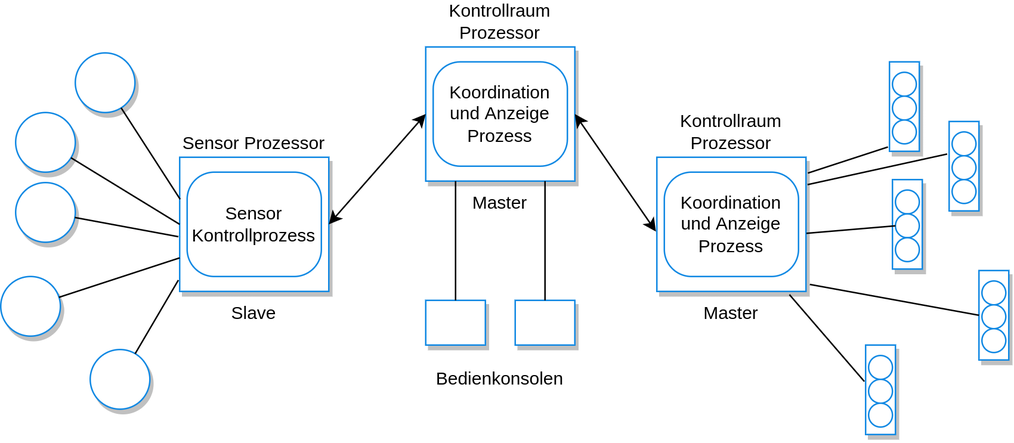
leonbrandt/SGSE22 keeps this draw.io diagram as chapter17/media/Ampel.drawio.PNG. Above is the earlier version. Source tidied: cells renumbered, new cells last; positions are measured from the earlier drawing's top-left corner, leaving out a move shared by most shapes.
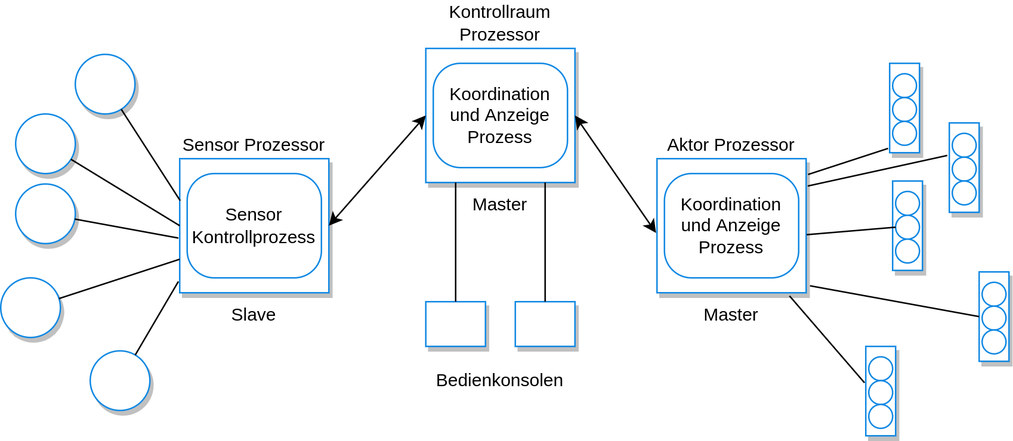
Above is the later version.

Change to the diagram source:
```diff
@@ -41,7 +41,7 @@
     <mxCell id="14" style="whiteSpace=wrap;html=1;imageAspect=0;fillColor=#FFFFFF;strokeColor=#1088E3;strokeWidth=1;shadow=1;" parent="1" vertex="1">
       <mxGeometry x="345" y="170" width="40" height="30" as="geometry" />
     </mxCell>
-    <mxCell id="15" value="Kontrollraum Prozessor" style="whiteSpace=wrap;html=1;imageAspect=0;fillColor=#FFFFFF;strokeColor=#1088E3;strokeWidth=1;shadow=1;labelPosition=center;verticalLabelPosition=top;align=center;verticalAlign=bottom;" parent="1" vertex="1">
+    <mxCell id="15" value="Aktor Prozessor" style="whiteSpace=wrap;html=1;imageAspect=0;fillColor=#FFFFFF;strokeColor=#1088E3;strokeWidth=1;shadow=1;labelPosition=center;verticalLabelPosition=top;align=center;verticalAlign=bottom;" parent="1" vertex="1">
       <mxGeometry x="440" y="74" width="100" height="90" as="geometry" />
     </mxCell>
     <mxCell id="16" value="Koordination und Anzeige Prozess" style="rounded=1;whiteSpace=wrap;html=1;fillColor=#FFFFFF;strokeColor=#1088E3;strokeWidth=1;shadow=0;arcSize=26;" parent="1" vertex="1">
```
